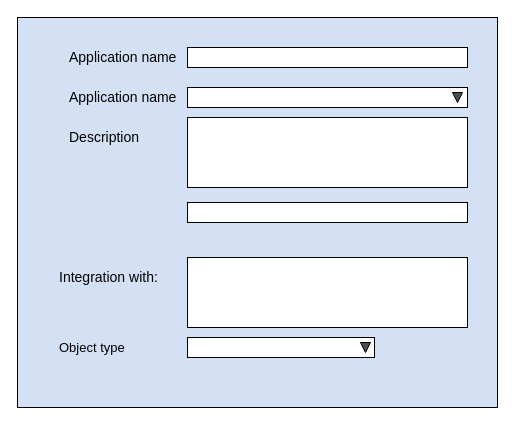
Before: page "Appliction-design" (5 of 10) of midpoint/devel/iga/iga-schemas.drawio in Evolveum/docs, a draw.io diagram. Source tidied: cells renumbered, new cells numbered last; positions are measured from the earlier drawing's top-left corner, leaving out a move shared by most shapes. Both pictures are drawn from the tidied source at 100%, with x=0, y=0 at pixel (17, 17).
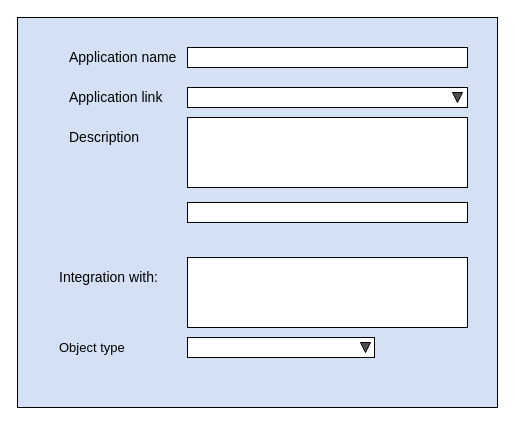
The same page after the edit.

The edit, as a diff of the source:
```diff
@@
 <mxGraphModel>
   <root>
     <mxCell id="0" />
     <mxCell id="1" parent="0" />
     <mxCell id="2" style="rounded=0;whiteSpace=wrap;html=1;fontSize=14;fillColor=#D4E1F5;" parent="1" vertex="1">
       <mxGeometry width="480" height="390" as="geometry" />
     </mxCell>
     <mxCell id="3" style="rounded=0;whiteSpace=wrap;html=1;" parent="1" vertex="1">
       <mxGeometry x="170" y="30" width="280" height="20" as="geometry" />
     </mxCell>
     <mxCell id="4" value="&lt;font style=&quot;font-size: 14px&quot;&gt;Application name&lt;/font&gt;" style="text;html=1;strokeColor=none;fillColor=none;align=left;verticalAlign=middle;whiteSpace=wrap;rounded=0;" parent="1" vertex="1">
       <mxGeometry x="50" y="30" width="110" height="20" as="geometry" />
     </mxCell>
     <mxCell id="5" style="rounded=0;whiteSpace=wrap;html=1;" parent="1" vertex="1">
       <mxGeometry x="170" y="100" width="280" height="70" as="geometry" />
     </mxCell>
     <mxCell id="6" value="&lt;font style=&quot;font-size: 14px&quot;&gt;Description&lt;/font&gt;" style="text;html=1;strokeColor=none;fillColor=none;align=left;verticalAlign=middle;whiteSpace=wrap;rounded=0;" parent="1" vertex="1">
       <mxGeometry x="50" y="110" width="110" height="20" as="geometry" />
     </mxCell>
     <mxCell id="7" value="&lt;font style=&quot;font-size: 14px&quot;&gt;Integration with:&lt;/font&gt;" style="text;html=1;strokeColor=none;fillColor=none;align=left;verticalAlign=middle;whiteSpace=wrap;rounded=0;" parent="1" vertex="1">
       <mxGeometry x="40" y="250" width="110" height="20" as="geometry" />
     </mxCell>
-    <mxCell id="8" value="&lt;font style=&quot;font-size: 14px&quot;&gt;Application name&lt;/font&gt;" style="text;html=1;strokeColor=none;fillColor=none;align=left;verticalAlign=middle;whiteSpace=wrap;rounded=0;" parent="1" vertex="1">
+    <mxCell id="8" value="&lt;font style=&quot;font-size: 14px&quot;&gt;Application link&lt;/font&gt;" style="text;html=1;strokeColor=none;fillColor=none;align=left;verticalAlign=middle;whiteSpace=wrap;rounded=0;" parent="1" vertex="1">
       <mxGeometry x="50" y="70" width="110" height="20" as="geometry" />
     </mxCell>
     <mxCell id="9" style="group;" parent="1" vertex="1">
       <mxGeometry x="170" y="70" width="280" height="20" as="geometry" />
     </mxCell>
     <mxCell id="10" style="rounded=0;whiteSpace=wrap;html=1;" parent="9" vertex="1">
       <mxGeometry width="280" height="20" as="geometry" />
     </mxCell>
     <mxCell id="11" style="triangle;whiteSpace=wrap;html=1;fontSize=14;rotation=90;fillColor=#4D4D4D;" parent="9" vertex="1">
       <mxGeometry x="265" y="5" width="10" height="10" as="geometry" />
     </mxCell>
     <mxCell id="12" style="rounded=0;whiteSpace=wrap;html=1;" parent="1" vertex="1">
       <mxGeometry x="170" y="240" width="280" height="70" as="geometry" />
     </mxCell>
     <mxCell id="13" style="rounded=0;whiteSpace=wrap;html=1;" parent="1" vertex="1">
       <mxGeometry x="170" y="185" width="280" height="20" as="geometry" />
     </mxCell>
     <mxCell id="14" value="&lt;font style=&quot;font-size: 13px&quot;&gt;Object type&lt;/font&gt;" style="text;html=1;strokeColor=none;fillColor=none;align=left;verticalAlign=middle;whiteSpace=wrap;rounded=0;fontSize=12;" parent="1" vertex="1">
       <mxGeometry x="40" y="320" width="110" height="20" as="geometry" />
     </mxCell>
     <mxCell id="15" style="group;" parent="1" vertex="1">
       <mxGeometry x="170" y="320" width="187" height="20" as="geometry" />
     </mxCell>
     <mxCell id="16" style="rounded=0;whiteSpace=wrap;html=1;" parent="15" vertex="1">
       <mxGeometry width="187" height="20" as="geometry" />
     </mxCell>
     <mxCell id="17" style="triangle;whiteSpace=wrap;html=1;fontSize=14;rotation=90;fillColor=#4D4D4D;" parent="15" vertex="1">
       <mxGeometry x="173" y="5" width="10" height="10" as="geometry" />
     </mxCell>
   </root>
 </mxGraphModel>
```
